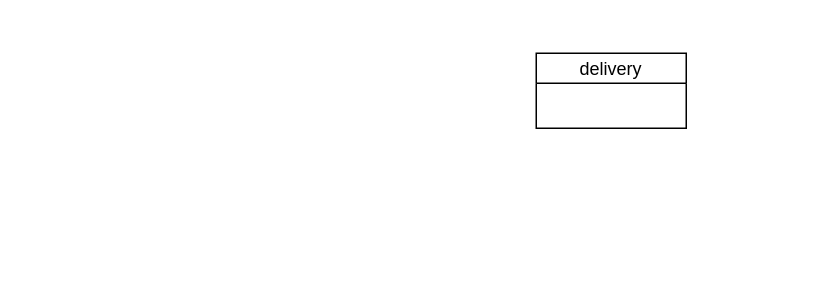
olah0la/drone-delivery keeps this draw.io diagram as page "entities" (2 of 2) of docs/architecture.drawio. Above is the earlier version. Source tidied: cells renumbered, new cells numbered last; positions are measured from the earlier drawing's top-left corner, leaving out a move shared by most shapes. Both pictures are drawn from the tidied source at 150%, with x=0, y=0 at pixel (536, 52).
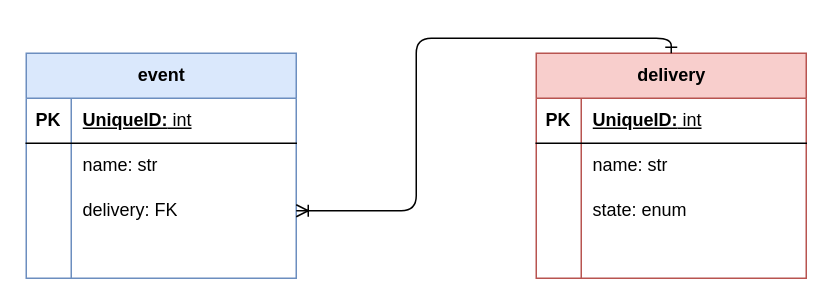
After the change.

Change to the diagram source:
```diff
@@
-    <mxCell id="2" value="delivery" style="swimlane;fontStyle=0;horizontal=1;startSize=20;fillColor=#ffffff;swimlaneFillColor=#ffffff;" parent="1" vertex="1">
-      <mxGeometry width="100" height="50" as="geometry" />
+    <mxCell id="2" value="&lt;span&gt;delivery&lt;/span&gt;" style="shape=table;startSize=30;childLayout=tableLayout;rowLines=0;fontStyle=1;align=center;html=1;fillColor=#f8cecc;strokeColor=#b85450;" parent="1" vertex="1">
+      <mxGeometry width="180" height="150" as="geometry" />
     </mxCell>
+    <mxCell id="3" style="shape=tableRow;horizontal=0;startSize=0;swimlaneHead=0;swimlaneBody=0;fillColor=none;top=0;left=0;right=0;bottom=1;" parent="2" vertex="1">
+      <mxGeometry y="30" width="180" height="30" as="geometry" />
+    </mxCell>
+    <mxCell id="4" value="PK" style="shape=partialRectangle;fillColor=none;top=0;left=0;bottom=0;right=0;fontStyle=1;overflow=hidden;whiteSpace=wrap;html=1;" parent="3" vertex="1">
+      <mxGeometry width="30" height="30" as="geometry" />
+    </mxCell>
+    <mxCell id="5" value="UniqueID:&lt;span style=&quot;font-weight: normal;&quot;&gt; int&lt;/span&gt;" style="shape=partialRectangle;fillColor=none;top=0;left=0;bottom=0;right=0;align=left;spacingLeft=6;fontStyle=5;overflow=hidden;whiteSpace=wrap;html=1;" parent="3" vertex="1">
+      <mxGeometry x="30" width="150" height="30" as="geometry" />
+    </mxCell>
+    <mxCell id="6" style="shape=tableRow;horizontal=0;startSize=0;swimlaneHead=0;swimlaneBody=0;fillColor=none;top=0;left=0;right=0;bottom=0;" parent="2" vertex="1">
+      <mxGeometry y="60" width="180" height="30" as="geometry" />
+    </mxCell>
+    <mxCell id="7" style="shape=partialRectangle;fillColor=none;top=0;left=0;bottom=0;right=0;overflow=hidden;whiteSpace=wrap;html=1;" parent="6" vertex="1">
+      <mxGeometry width="30" height="30" as="geometry" />
+    </mxCell>
+    <mxCell id="8" value="name: str" style="shape=partialRectangle;fillColor=none;top=0;left=0;bottom=0;right=0;align=left;spacingLeft=6;overflow=hidden;whiteSpace=wrap;html=1;" parent="6" vertex="1">
+      <mxGeometry x="30" width="150" height="30" as="geometry" />
+    </mxCell>
+    <mxCell id="9" style="shape=tableRow;horizontal=0;startSize=0;swimlaneHead=0;swimlaneBody=0;fillColor=none;top=0;left=0;right=0;bottom=0;" parent="2" vertex="1">
+      <mxGeometry y="90" width="180" height="30" as="geometry" />
+    </mxCell>
+    <mxCell id="10" style="shape=partialRectangle;fillColor=none;top=0;left=0;bottom=0;right=0;overflow=hidden;whiteSpace=wrap;html=1;" parent="9" vertex="1">
+      <mxGeometry width="30" height="30" as="geometry" />
+    </mxCell>
+    <mxCell id="11" value="state: enum" style="shape=partialRectangle;fillColor=none;top=0;left=0;bottom=0;right=0;align=left;spacingLeft=6;overflow=hidden;whiteSpace=wrap;html=1;" parent="9" vertex="1">
+      <mxGeometry x="30" width="150" height="30" as="geometry" />
+    </mxCell>
+    <mxCell id="12" style="shape=tableRow;horizontal=0;startSize=0;swimlaneHead=0;swimlaneBody=0;fillColor=none;top=0;left=0;right=0;bottom=0;" parent="2" vertex="1">
+      <mxGeometry y="120" width="180" height="30" as="geometry" />
+    </mxCell>
+    <mxCell id="13" style="shape=partialRectangle;fillColor=none;top=0;left=0;bottom=0;right=0;overflow=hidden;whiteSpace=wrap;html=1;" parent="12" vertex="1">
+      <mxGeometry width="30" height="30" as="geometry" />
+    </mxCell>
+    <mxCell id="14" style="shape=partialRectangle;fillColor=none;top=0;left=0;bottom=0;right=0;align=left;spacingLeft=6;overflow=hidden;whiteSpace=wrap;html=1;" parent="12" vertex="1">
+      <mxGeometry x="30" width="150" height="30" as="geometry" />
+    </mxCell>
+    <mxCell id="15" value="&lt;span&gt;event&lt;/span&gt;" style="shape=table;startSize=30;childLayout=tableLayout;rowLines=0;fontStyle=1;align=center;html=1;fillColor=#dae8fc;strokeColor=#6c8ebf;" parent="1" vertex="1">
+      <mxGeometry x="-340" width="180" height="150" as="geometry" />
+    </mxCell>
+    <mxCell id="16" style="shape=tableRow;horizontal=0;startSize=0;swimlaneHead=0;swimlaneBody=0;fillColor=none;top=0;left=0;right=0;bottom=1;" parent="15" vertex="1">
+      <mxGeometry y="30" width="180" height="30" as="geometry" />
+    </mxCell>
+    <mxCell id="17" value="PK" style="shape=partialRectangle;fillColor=none;top=0;left=0;bottom=0;right=0;fontStyle=1;overflow=hidden;whiteSpace=wrap;html=1;" parent="16" vertex="1">
+      <mxGeometry width="30" height="30" as="geometry" />
+    </mxCell>
+    <mxCell id="18" value="UniqueID:&lt;span style=&quot;font-weight: normal;&quot;&gt; int&lt;/span&gt;" style="shape=partialRectangle;fillColor=none;top=0;left=0;bottom=0;right=0;align=left;spacingLeft=6;fontStyle=5;overflow=hidden;whiteSpace=wrap;html=1;" parent="16" vertex="1">
+      <mxGeometry x="30" width="150" height="30" as="geometry" />
+    </mxCell>
+    <mxCell id="19" style="shape=tableRow;horizontal=0;startSize=0;swimlaneHead=0;swimlaneBody=0;fillColor=none;top=0;left=0;right=0;bottom=0;" parent="15" vertex="1">
+      <mxGeometry y="60" width="180" height="30" as="geometry" />
+    </mxCell>
+    <mxCell id="20" style="shape=partialRectangle;fillColor=none;top=0;left=0;bottom=0;right=0;overflow=hidden;whiteSpace=wrap;html=1;" parent="19" vertex="1">
+      <mxGeometry width="30" height="30" as="geometry" />
+    </mxCell>
+    <mxCell id="21" value="name: str" style="shape=partialRectangle;fillColor=none;top=0;left=0;bottom=0;right=0;align=left;spacingLeft=6;overflow=hidden;whiteSpace=wrap;html=1;" parent="19" vertex="1">
+      <mxGeometry x="30" width="150" height="30" as="geometry" />
+    </mxCell>
+    <mxCell id="22" style="shape=tableRow;horizontal=0;startSize=0;swimlaneHead=0;swimlaneBody=0;fillColor=none;points=[[0,0.5],[1,0.5]];portConstraint=eastwest;top=0;left=0;right=0;bottom=0;" parent="15" vertex="1">
+      <mxGeometry y="90" width="180" height="30" as="geometry" />
+    </mxCell>
+    <mxCell id="23" style="shape=partialRectangle;fillColor=none;top=0;left=0;bottom=0;right=0;overflow=hidden;whiteSpace=wrap;html=1;" parent="22" vertex="1">
+      <mxGeometry width="30" height="30" as="geometry" />
+    </mxCell>
+    <mxCell id="24" value="delivery: FK" style="shape=partialRectangle;fillColor=none;top=0;left=0;bottom=0;right=0;align=left;spacingLeft=6;overflow=hidden;whiteSpace=wrap;html=1;" parent="22" vertex="1">
+      <mxGeometry x="30" width="150" height="30" as="geometry" />
+    </mxCell>
+    <mxCell id="25" style="shape=tableRow;horizontal=0;startSize=0;swimlaneHead=0;swimlaneBody=0;fillColor=none;top=0;left=0;right=0;bottom=0;" parent="15" vertex="1">
+      <mxGeometry y="120" width="180" height="30" as="geometry" />
+    </mxCell>
+    <mxCell id="26" style="shape=partialRectangle;fillColor=none;top=0;left=0;bottom=0;right=0;overflow=hidden;whiteSpace=wrap;html=1;" parent="25" vertex="1">
+      <mxGeometry width="30" height="30" as="geometry" />
+    </mxCell>
+    <mxCell id="27" style="shape=partialRectangle;fillColor=none;top=0;left=0;bottom=0;right=0;align=left;spacingLeft=6;overflow=hidden;whiteSpace=wrap;html=1;" parent="25" vertex="1">
+      <mxGeometry x="30" width="150" height="30" as="geometry" />
+    </mxCell>
+    <mxCell id="28" style="edgeStyle=orthogonalEdgeStyle;html=1;entryX=0.5;entryY=0;entryDx=0;entryDy=0;endArrow=ERone;endFill=0;startArrow=ERoneToMany;startFill=0;" parent="1" edge="1" source="22" target="2">
+      <mxGeometry relative="1" as="geometry" />
+    </mxCell>
```
